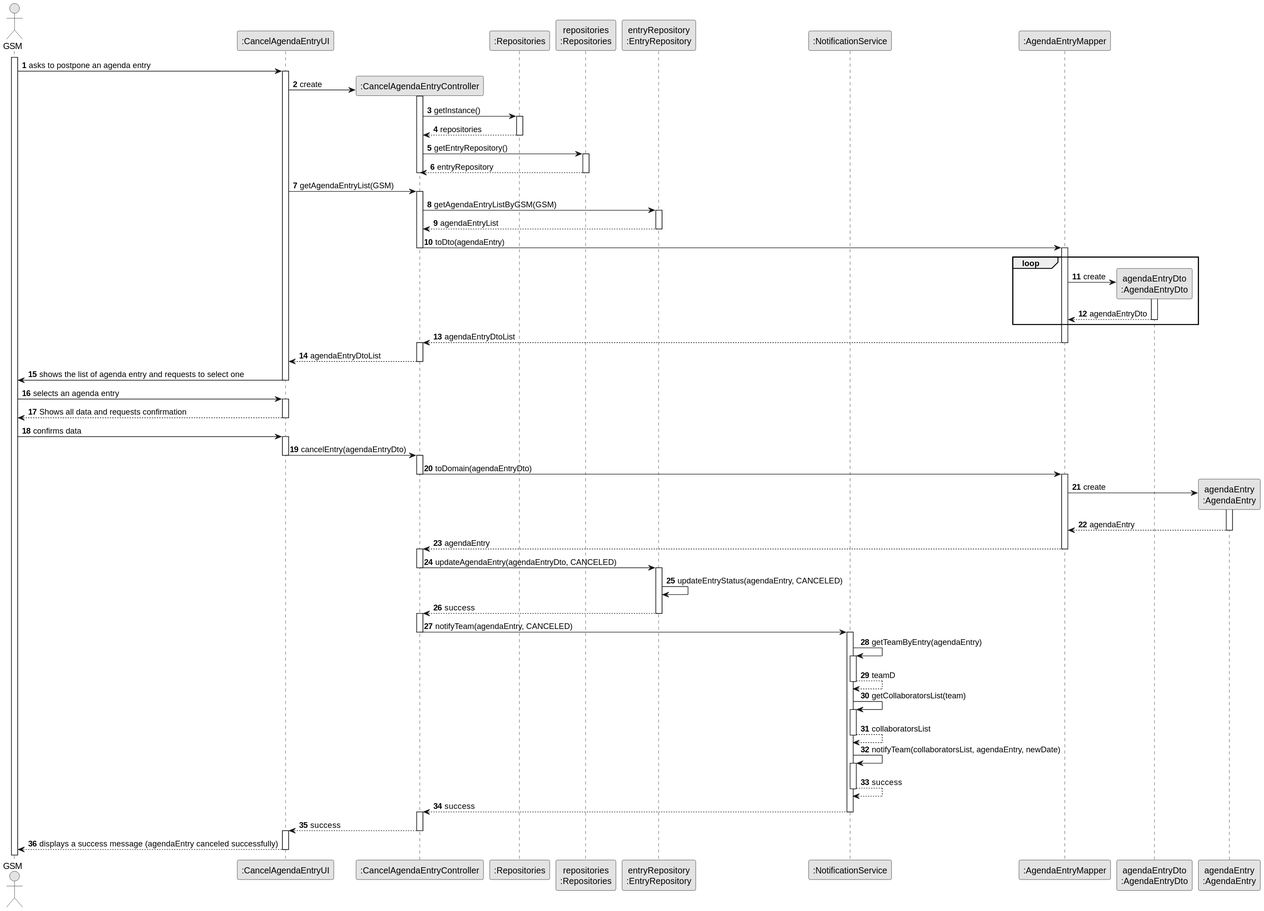
The PlantUML diagram docs/sprintC/us025/03.design/svg/us025-sequence-diagram-full.svg in ricardomm7/leaflink, before a commit.
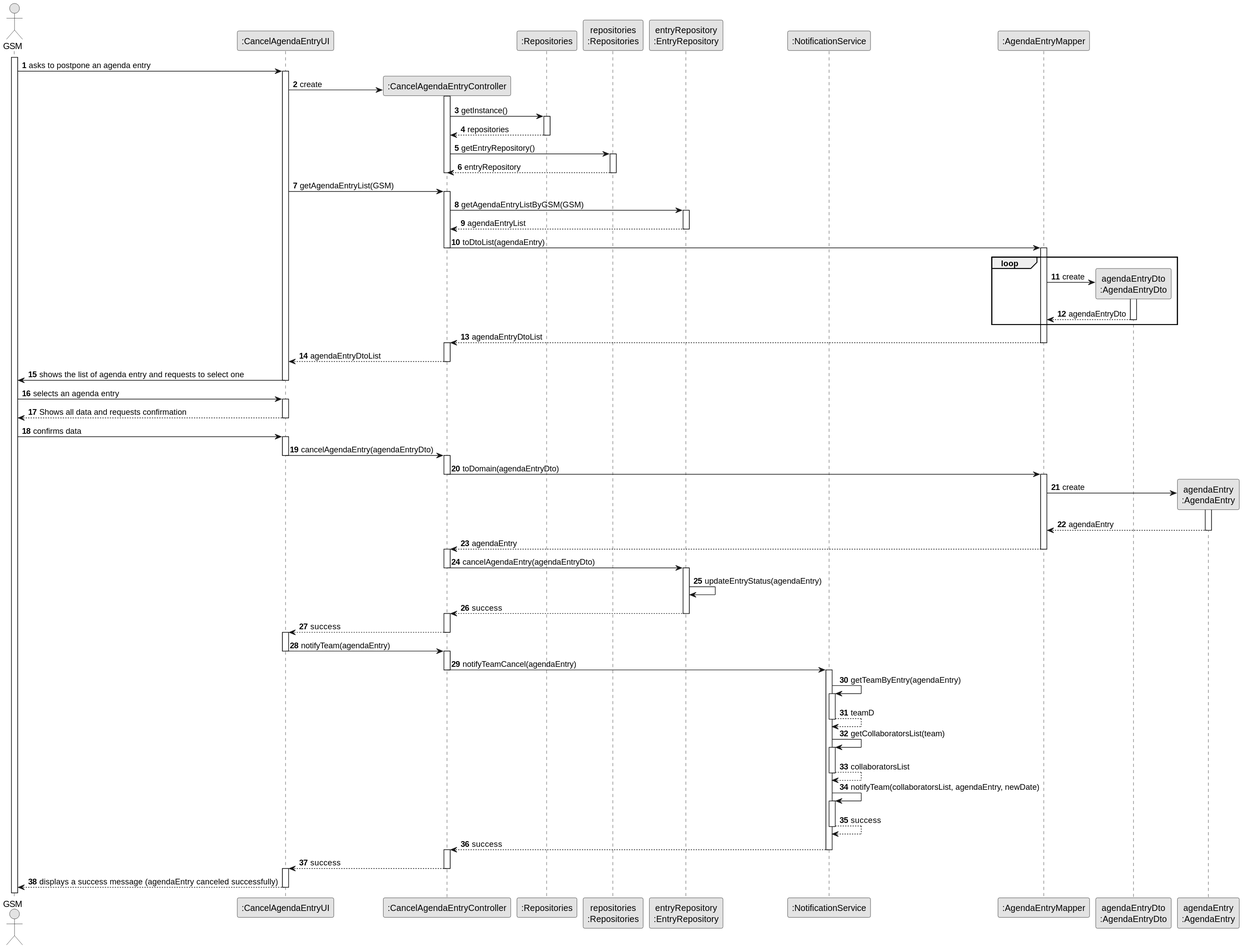
The same diagram one commit later.

What changed in the source:
```diff
@@ -50,7 +50,7 @@
             EntryRepo --> CTRL: agendaEntryList
             deactivate EntryRepo
 
-            CTRL -> AgendaEntryMapper : toDto(agendaEntry)
+            CTRL -> AgendaEntryMapper : toDtoList(agendaEntry)
             deactivate CTRL
             activate AgendaEntryMapper
 
@@ -81,7 +81,7 @@
     GSM -> UI: confirms data
     activate UI
 
-        UI -> CTRL : cancelEntry(agendaEntryDto)
+        UI -> CTRL : cancelAgendaEntry(agendaEntryDto)
         deactivate UI
         activate CTRL
 
@@ -100,17 +100,28 @@
             activate CTRL
 
 
-            CTRL -> EntryRepo : updateAgendaEntry(agendaEntryDto, CANCELED)
+
+            CTRL -> EntryRepo : cancelAgendaEntry(agendaEntryDto)
             deactivate CTRL
             activate EntryRepo
 
-                EntryRepo -> EntryRepo : updateEntryStatus(agendaEntry, CANCELED)
+
+            EntryRepo -> EntryRepo : updateEntryStatus(agendaEntry)
+
 
             EntryRepo --> CTRL : success
             deactivate EntryRepo
             activate CTRL
 
-            CTRL -> NotificationService : notifyTeam(agendaEntry, CANCELED)
+            CTRL --> UI : success
+            deactivate CTRL
+            activate UI
+
+            UI -> CTRL : notifyTeam(agendaEntry)
+            deactivate UI
+            activate CTRL
+
+            CTRL -> NotificationService : notifyTeamCancel(agendaEntry)
             deactivate CTRL
             activate NotificationService
 
```
